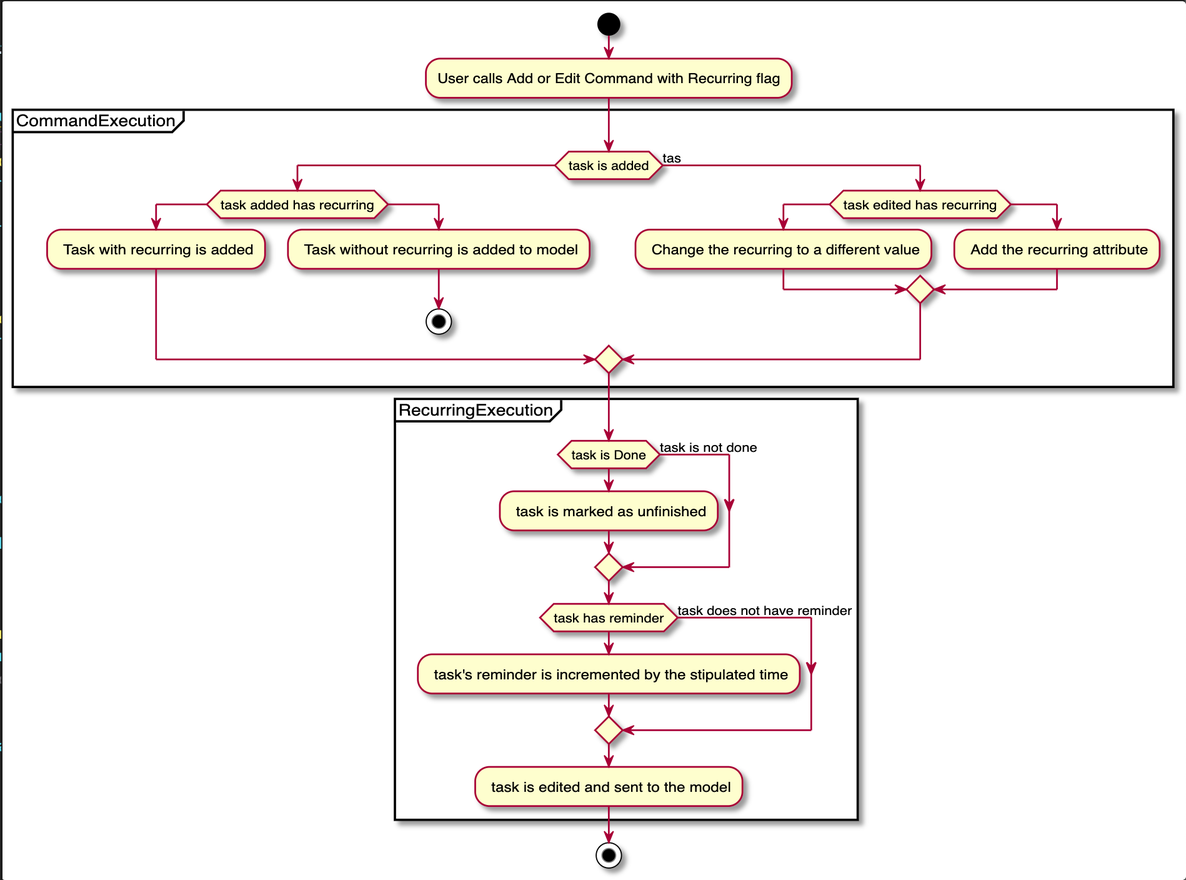
nus-cs2103-AY1920S2/addressbook-level3 keeps this PlantUML diagram as docs/images/RecurringActivityDiagram.png. Above is the earlier version. Its source is kept beside it as docs/diagrams/RecurringActivityDiagram.puml.
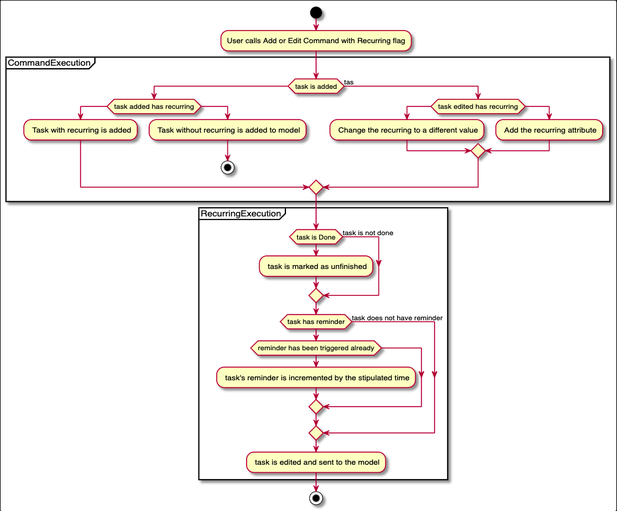
Later version of the same file.

Commit message:
Updated recurring activity diagram with new logic

Change to the diagram source:
```diff
@@ -27,7 +27,9 @@
     endif
 
     if (task has reminder) then
+        if (reminder has been triggered already) then
         : task's reminder is incremented by the stipulated time;
+        endif
     else (task does not have reminder)
     endif
 
```
